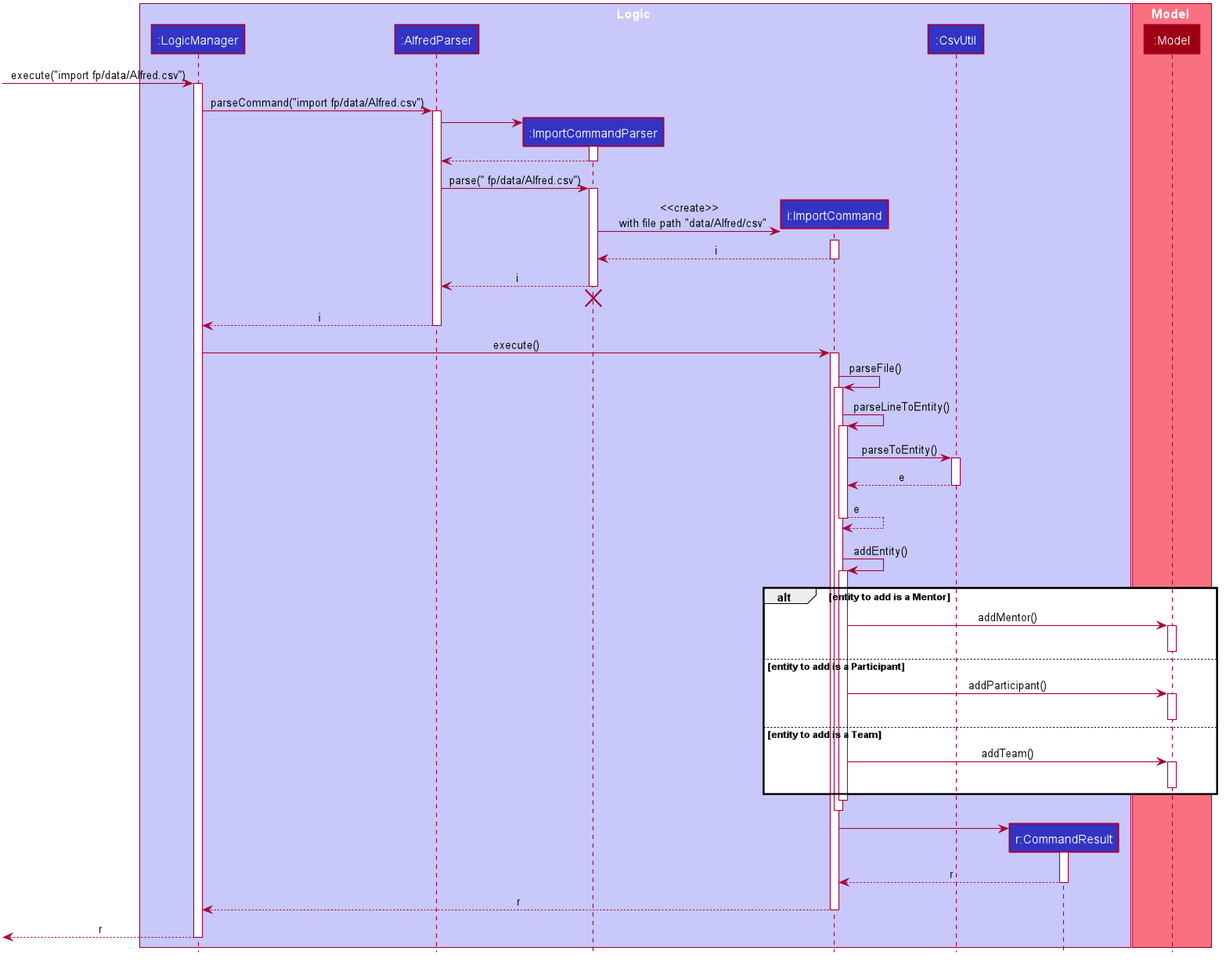
The PlantUML diagram images/ImportCommandSequenceDiagram.png in AY1920S1-CS2103T-F11-1/main, before a commit.
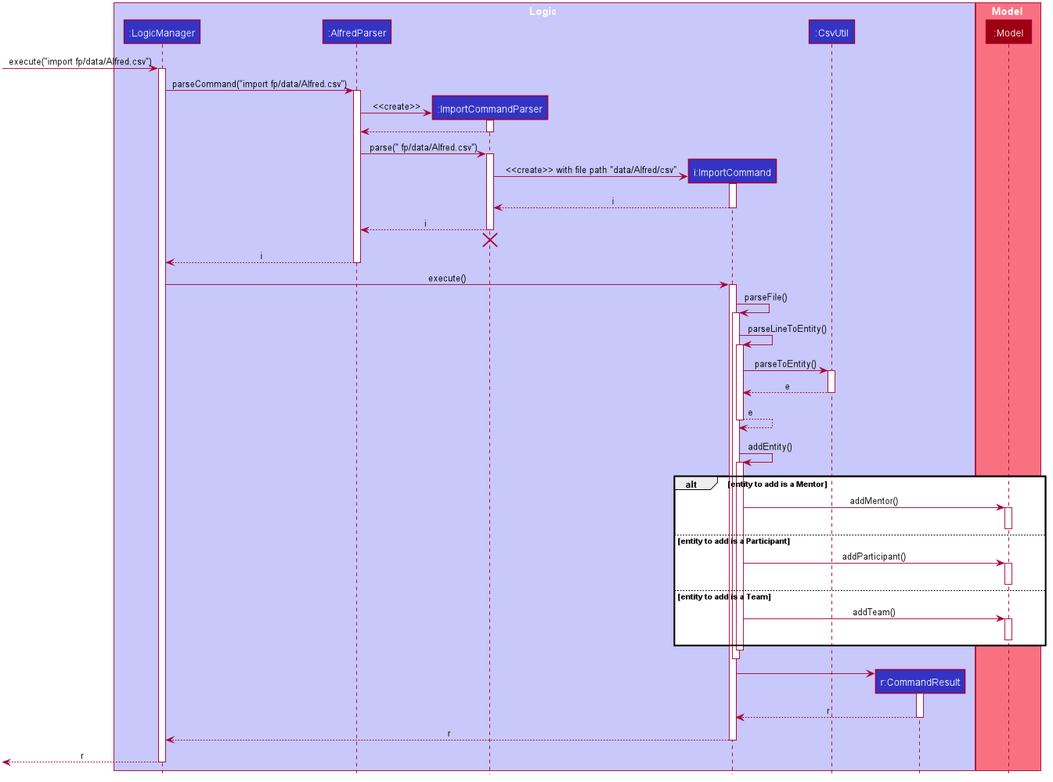
The same diagram one commit later.

What changed in the source:
```diff
@@ -72,7 +72,7 @@
 activate AlfredParser
 
 create ImportCommandParser
-AlfredParser -> ImportCommandParser
+AlfredParser -> ImportCommandParser : <<create>>
 activate ImportCommandParser
 
 ImportCommandParser --> AlfredParser
@@ -82,7 +82,7 @@
 activate ImportCommandParser
 
 create ImportCommand
-ImportCommandParser -> ImportCommand : <<create>>\n  with file path "data/Alfred/csv"
+ImportCommandParser -> ImportCommand : <<create>> with file path "data/Alfred/csv"
 activate ImportCommand
 
 ImportCommand --> ImportCommandParser : i
```
